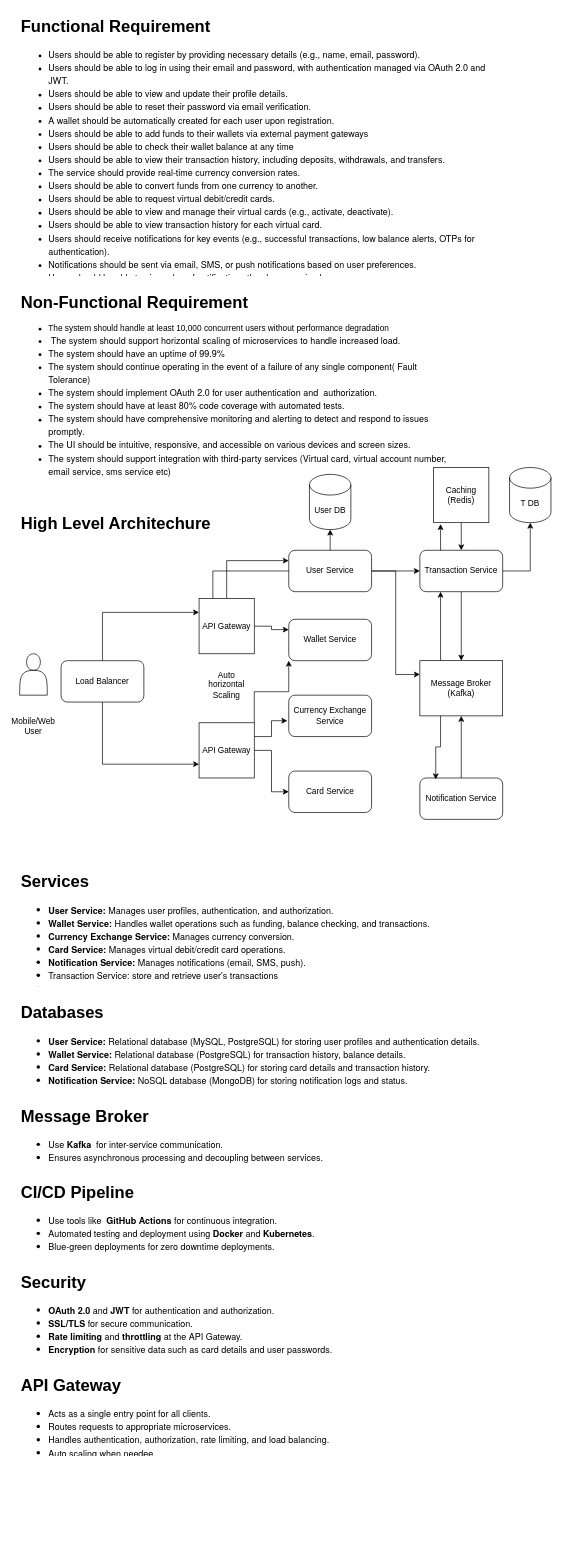
psalmsin1759/graphql-flutter keeps this draw.io diagram as Untitled Diagram.drawio. Above is the earlier version. Source tidied: cells renumbered, new cells numbered last; positions are measured from the earlier drawing's top-left corner, leaving out a move shared by most shapes. Both pictures are drawn from the tidied source at 69%, with x=0, y=0 at pixel (12, 12).
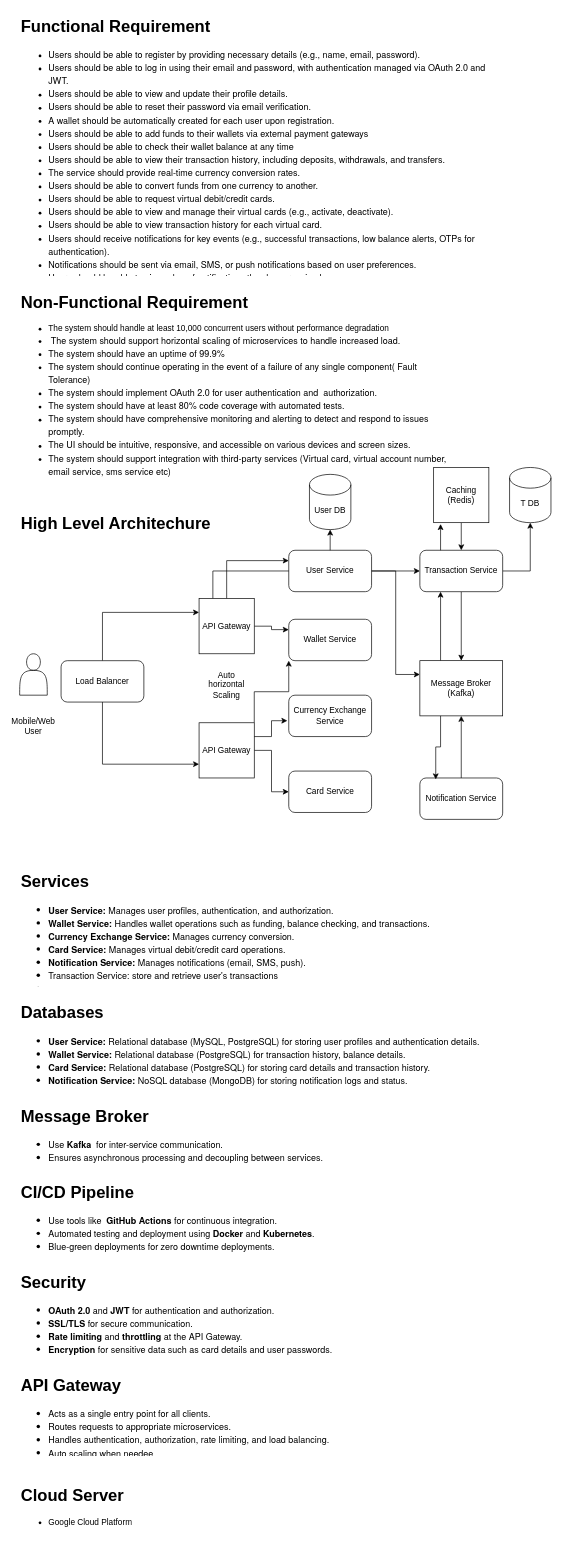
The same page after the edit.

Change to the diagram source:
```diff
@@
+    <mxCell id="44" value="&lt;h1 style=&quot;margin-top: 0px;&quot;&gt;Cloud Server&lt;/h1&gt;&lt;p&gt;&lt;/p&gt;&lt;ul&gt;&lt;li&gt;Google Cloud Platform&lt;/li&gt;&lt;/ul&gt;&lt;p&gt;&lt;/p&gt;" style="text;html=1;whiteSpace=wrap;overflow=hidden;rounded=0;" parent="1" vertex="1">
+      <mxGeometry x="10" y="2130" width="590" height="80" as="geometry" />
+    </mxCell>
```
